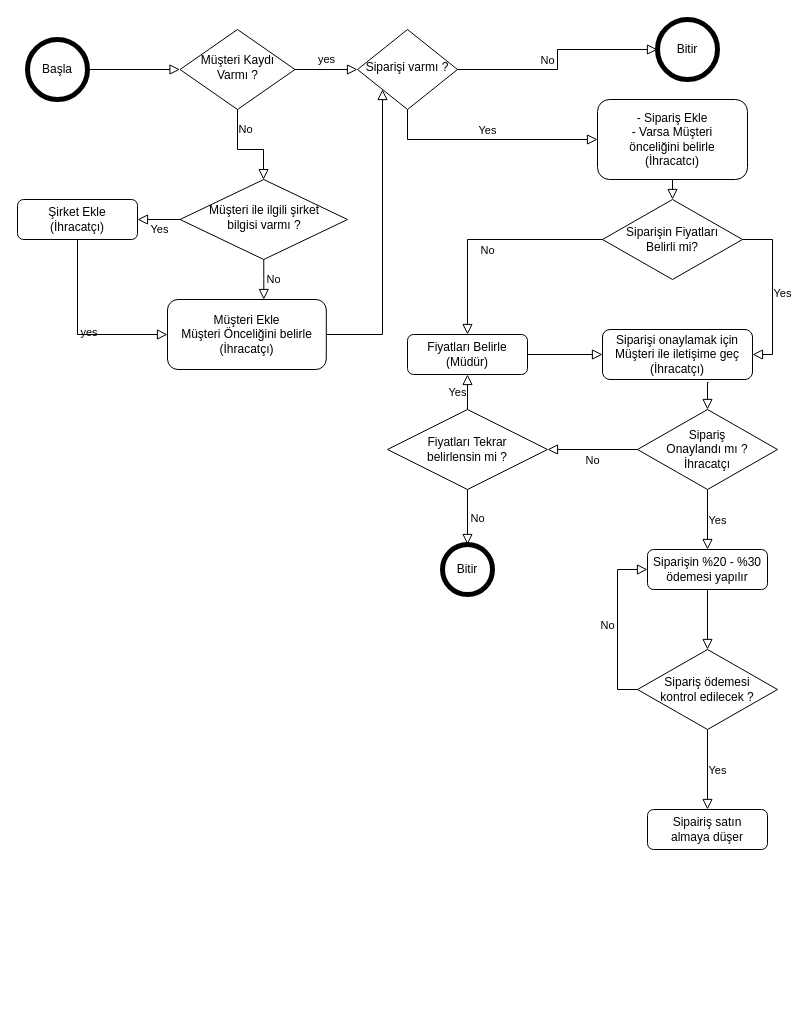
viacelal/akisdiagrami keeps this draw.io diagram as akisdiyagrami.drawio. Above is the earlier version. Source tidied: cells renumbered, new cells numbered last; positions are measured from the earlier drawing's top-left corner, leaving out a move shared by most shapes. Both pictures are drawn from the tidied source at 100%, with x=0, y=0 at pixel (17, 19).
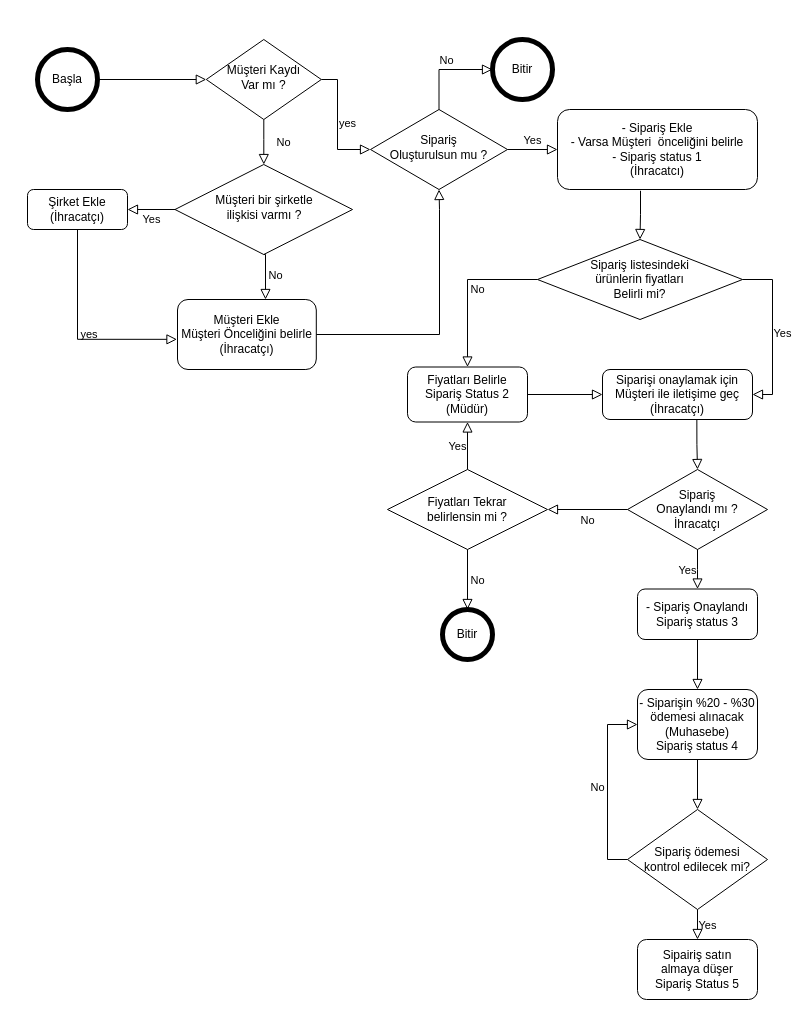
Above is the later version.

Diff of the diagram source:
```diff
@@
-    <mxCell id="3" value="yes" style="edgeStyle=orthogonalEdgeStyle;rounded=0;html=1;jettySize=auto;fontSize=11;endArrow=block;endFill=0;endSize=8;strokeWidth=1;shadow=0;labelBackgroundColor=none;exitX=1;exitY=0.5;exitDx=0;exitDy=0;entryX=0;entryY=0.5;entryDx=0;entryDy=0;" parent="1" edge="1" source="7" target="6">
-      <mxGeometry y="10" relative="1" as="geometry" />
+    <mxCell id="3" value="yes" style="edgeStyle=orthogonalEdgeStyle;rounded=0;html=1;jettySize=auto;fontSize=11;endArrow=block;endFill=0;endSize=8;strokeWidth=1;shadow=0;labelBackgroundColor=none;exitX=1;exitY=0.5;exitDx=0;exitDy=0;entryX=0;entryY=0.5;entryDx=0;entryDy=0;align=center;" parent="1" edge="1" source="7" target="6">
+      <mxGeometry y="10" relative="1" as="geometry">
+        <Array as="points">
+          <mxPoint x="320" y="60" />
+          <mxPoint x="320" y="130" />
+        </Array>
+      </mxGeometry>
     </mxCell>
-    <mxCell id="4" value="Müşteri ile ilgili şirket &lt;br&gt;bilgisi varmı ?" style="rhombus;whiteSpace=wrap;html=1;shadow=0;fontFamily=Helvetica;fontSize=12;align=center;strokeWidth=1;spacing=6;spacingTop=-4;" parent="1" vertex="1">
-      <mxGeometry x="162.5" y="160" width="167.5" height="80" as="geometry" />
+    <mxCell id="4" value="Müşteri bir şirketle &lt;br&gt;ilişkisi varmı ?" style="rhombus;whiteSpace=wrap;html=1;shadow=0;fontFamily=Helvetica;fontSize=12;align=center;strokeWidth=1;spacing=6;spacingTop=-4;" parent="1" vertex="1">
+      <mxGeometry x="157.5" y="145" width="177.5" height="90" as="geometry" />
     </mxCell>
     <mxCell id="5" value="Müşteri Ekle&lt;br&gt;Müşteri Önceliğini belirle&lt;br&gt;(İhracatçı)" style="rounded=1;whiteSpace=wrap;html=1;fontSize=12;glass=0;strokeWidth=1;shadow=0;" parent="1" vertex="1">
-      <mxGeometry x="150" y="280" width="158.8" height="70" as="geometry" />
+      <mxGeometry x="160" y="280" width="138.8" height="70" as="geometry" />
     </mxCell>
-    <mxCell id="6" value="Siparişi varmı ?" style="rhombus;whiteSpace=wrap;html=1;shadow=0;fontFamily=Helvetica;fontSize=12;align=center;strokeWidth=1;spacing=6;spacingTop=-4;" parent="1" vertex="1">
-      <mxGeometry x="340" y="10" width="100" height="80" as="geometry" />
+    <mxCell id="6" value="Sipariş &lt;br&gt;Oluşturulsun mu ?" style="rhombus;whiteSpace=wrap;html=1;shadow=0;fontFamily=Helvetica;fontSize=12;align=center;strokeWidth=1;spacing=6;spacingTop=-4;" parent="1" vertex="1">
+      <mxGeometry x="353" y="90" width="137" height="80" as="geometry" />
     </mxCell>
-    <mxCell id="7" value="Müşteri Kaydı&lt;br&gt; Varmı ?" style="rhombus;whiteSpace=wrap;html=1;shadow=0;fontFamily=Helvetica;fontSize=12;align=center;strokeWidth=1;spacing=6;spacingTop=-4;" parent="1" vertex="1">
-      <mxGeometry x="162.5" y="10" width="115" height="80" as="geometry" />
+    <mxCell id="7" value="Müşteri Kaydı&lt;br&gt; Var mı ?" style="rhombus;whiteSpace=wrap;html=1;shadow=0;fontFamily=Helvetica;fontSize=12;align=center;strokeWidth=1;spacing=6;spacingTop=-4;" parent="1" vertex="1">
+      <mxGeometry x="188.8" y="20" width="115" height="80" as="geometry" />
     </mxCell>
-    <mxCell id="8" value="Yes" style="edgeStyle=orthogonalEdgeStyle;rounded=0;html=1;jettySize=auto;fontSize=11;endArrow=block;endFill=0;endSize=8;strokeWidth=1;shadow=0;labelBackgroundColor=none;exitX=0.5;exitY=1;exitDx=0;exitDy=0;" parent="1" edge="1" source="6" target="9">
+    <mxCell id="8" value="Yes" style="edgeStyle=orthogonalEdgeStyle;rounded=0;html=1;jettySize=auto;fontSize=11;endArrow=block;endFill=0;endSize=8;strokeWidth=1;shadow=0;labelBackgroundColor=none;exitX=1;exitY=0.5;exitDx=0;exitDy=0;entryX=0;entryY=0.5;entryDx=0;entryDy=0;" parent="1" edge="1" source="6" target="9">
       <mxGeometry y="10" relative="1" as="geometry">
         <mxPoint y="1" as="offset" />
       </mxGeometry>
     </mxCell>
-    <mxCell id="9" value="- Sipariş Ekle&lt;br&gt;- Varsa Müşteri &lt;br&gt;önceliğini belirle&lt;br&gt;(İhracatcı)" style="rounded=1;whiteSpace=wrap;html=1;fontSize=12;glass=0;strokeWidth=1;shadow=0;" parent="1" vertex="1">
-      <mxGeometry x="580" y="80" width="150" height="80" as="geometry" />
+    <mxCell id="9" value="- Sipariş Ekle&lt;br&gt;- Varsa Müşteri&amp;nbsp; önceliğini belirle&lt;br&gt;- Sipariş status 1&lt;br&gt;(İhracatcı)" style="rounded=1;whiteSpace=wrap;html=1;fontSize=12;glass=0;strokeWidth=1;shadow=0;" parent="1" vertex="1">
+      <mxGeometry x="540" y="90" width="200" height="80" as="geometry" />
     </mxCell>
     <mxCell id="10" value="No" style="rounded=0;html=1;jettySize=auto;fontSize=11;endArrow=block;endFill=0;endSize=8;strokeWidth=1;shadow=0;labelBackgroundColor=none;edgeStyle=orthogonalEdgeStyle;exitX=0.5;exitY=1;exitDx=0;exitDy=0;" parent="1" edge="1" source="7" target="4">
       <mxGeometry y="20" relative="1" as="geometry">
         <Array as="points">
-          <mxPoint x="220" y="130" />
-          <mxPoint x="246" y="130" />
+          <mxPoint x="246" y="120" />
+          <mxPoint x="246" y="120" />
         </Array>
       </mxGeometry>
     </mxCell>
-    <mxCell id="11" style="edgeStyle=orthogonalEdgeStyle;rounded=0;html=1;jettySize=auto;fontSize=11;endArrow=block;endFill=0;endSize=8;strokeWidth=1;shadow=0;labelBackgroundColor=none;exitX=1;exitY=0.5;exitDx=0;exitDy=0;entryX=0;entryY=1;entryDx=0;entryDy=0;" parent="1" edge="1" source="5" target="6">
-      <mxGeometry y="10" relative="1" as="geometry" />
+    <mxCell id="11" style="edgeStyle=orthogonalEdgeStyle;rounded=0;html=1;jettySize=auto;fontSize=11;endArrow=block;endFill=0;endSize=8;strokeWidth=1;shadow=0;labelBackgroundColor=none;exitX=1;exitY=0.5;exitDx=0;exitDy=0;entryX=0.5;entryY=1;entryDx=0;entryDy=0;" parent="1" edge="1" source="5" target="6">
+      <mxGeometry y="10" relative="1" as="geometry">
+        <Array as="points">
+          <mxPoint x="422" y="315" />
+          <mxPoint x="422" y="190" />
+        </Array>
+      </mxGeometry>
     </mxCell>
@@
     <mxCell id="13" value="Şirket Ekle&lt;br&gt;(İhracatçı)" style="rounded=1;whiteSpace=wrap;html=1;fontSize=12;glass=0;strokeWidth=1;shadow=0;" parent="1" vertex="1">
-      <mxGeometry y="180" width="120" height="40" as="geometry" />
+      <mxGeometry x="10" y="170" width="100" height="40" as="geometry" />
     </mxCell>
-    <mxCell id="14" value="No" style="edgeStyle=orthogonalEdgeStyle;rounded=0;html=1;jettySize=auto;fontSize=11;endArrow=block;endFill=0;endSize=8;strokeWidth=1;shadow=0;labelBackgroundColor=none;exitX=0.5;exitY=1;exitDx=0;exitDy=0;" parent="1" edge="1" source="4" target="5">
+    <mxCell id="14" value="No" style="edgeStyle=orthogonalEdgeStyle;rounded=0;html=1;jettySize=auto;fontSize=11;endArrow=block;endFill=0;endSize=8;strokeWidth=1;shadow=0;labelBackgroundColor=none;entryX=0.634;entryY=0;entryDx=0;entryDy=0;entryPerimeter=0;exitX=0.5;exitY=1;exitDx=0;exitDy=0;" parent="1" edge="1" source="4" target="5">
       <mxGeometry y="10" relative="1" as="geometry">
         <Array as="points">
-          <mxPoint x="246" y="260" />
-          <mxPoint x="246" y="260" />
+          <mxPoint x="248" y="235" />
         </Array>
       </mxGeometry>
     </mxCell>
-    <mxCell id="15" value="&amp;nbsp;yes" style="edgeStyle=orthogonalEdgeStyle;rounded=0;html=1;jettySize=auto;fontSize=11;endArrow=block;endFill=0;endSize=8;strokeWidth=1;shadow=0;labelBackgroundColor=none;exitX=0.5;exitY=1;exitDx=0;exitDy=0;entryX=0;entryY=0.5;entryDx=0;entryDy=0;" parent="1" edge="1" source="13" target="5">
-      <mxGeometry y="10" relative="1" as="geometry" />
+    <mxCell id="15" value="&amp;nbsp;yes" style="edgeStyle=orthogonalEdgeStyle;rounded=0;html=1;jettySize=auto;fontSize=11;endArrow=block;endFill=0;endSize=8;strokeWidth=1;shadow=0;labelBackgroundColor=none;exitX=0.5;exitY=1;exitDx=0;exitDy=0;entryX=-0.004;entryY=0.569;entryDx=0;entryDy=0;entryPerimeter=0;" parent="1" edge="1" source="13" target="5">
+      <mxGeometry y="10" relative="1" as="geometry">
+        <Array as="points">
+          <mxPoint x="60" y="320" />
+        </Array>
+      </mxGeometry>
     </mxCell>
-    <mxCell id="16" style="edgeStyle=orthogonalEdgeStyle;rounded=0;html=1;jettySize=auto;fontSize=11;endArrow=block;endFill=0;endSize=8;strokeWidth=1;shadow=0;labelBackgroundColor=none;exitX=0.5;exitY=1;exitDx=0;exitDy=0;entryX=0.5;entryY=0;entryDx=0;entryDy=0;" parent="1" edge="1" source="9" target="17">
+    <mxCell id="16" style="edgeStyle=orthogonalEdgeStyle;rounded=0;html=1;jettySize=auto;fontSize=11;endArrow=block;endFill=0;endSize=8;strokeWidth=1;shadow=0;labelBackgroundColor=none;entryX=0.5;entryY=0;entryDx=0;entryDy=0;exitX=0.415;exitY=1.016;exitDx=0;exitDy=0;exitPerimeter=0;" parent="1" edge="1" source="9" target="17">
       <mxGeometry y="10" relative="1" as="geometry" />
     </mxCell>
-    <mxCell id="17" value="Siparişin Fiyatları &lt;br&gt;Belirli mi?" style="rhombus;whiteSpace=wrap;html=1;" parent="1" vertex="1">
-      <mxGeometry x="585" y="180" width="140" height="80" as="geometry" />
+    <mxCell id="17" value="Sipariş listesindeki &lt;br&gt;ürünlerin fiyatları &lt;br&gt;Belirli mi?" style="rhombus;whiteSpace=wrap;html=1;" parent="1" vertex="1">
+      <mxGeometry x="520" y="220" width="205" height="80" as="geometry" />
     </mxCell>
@@
-    <mxCell id="19" value="Fiyatları Belirle&lt;br&gt;(Müdür)" style="rounded=1;whiteSpace=wrap;html=1;fontSize=12;glass=0;strokeWidth=1;shadow=0;" parent="1" vertex="1">
-      <mxGeometry x="390" y="315" width="120" height="40" as="geometry" />
+    <mxCell id="19" value="Fiyatları Belirle&lt;br&gt;Sipariş Status 2&lt;br&gt;(Müdür)" style="rounded=1;whiteSpace=wrap;html=1;fontSize=12;glass=0;strokeWidth=1;shadow=0;" parent="1" vertex="1">
+      <mxGeometry x="390" y="347.5" width="120" height="55" as="geometry" />
     </mxCell>
@@
     <mxCell id="21" value="Sipariş &lt;br&gt;Onaylandı mı ?&lt;br&gt;İhracatçı" style="rhombus;whiteSpace=wrap;html=1;" parent="1" vertex="1">
-      <mxGeometry x="620" y="390" width="140" height="80" as="geometry" />
+      <mxGeometry x="610" y="450" width="140" height="80" as="geometry" />
     </mxCell>
-    <mxCell id="22" value="Yes" style="edgeStyle=orthogonalEdgeStyle;rounded=0;html=1;jettySize=auto;fontSize=11;endArrow=block;endFill=0;endSize=8;strokeWidth=1;shadow=0;labelBackgroundColor=none;exitX=1;exitY=0.5;exitDx=0;exitDy=0;entryX=1;entryY=0.5;entryDx=0;entryDy=0;" parent="1" edge="1" source="17" target="32">
+    <mxCell id="22" value="Yes" style="edgeStyle=orthogonalEdgeStyle;rounded=0;html=1;jettySize=auto;fontSize=11;endArrow=block;endFill=0;endSize=8;strokeWidth=1;shadow=0;labelBackgroundColor=none;exitX=1;exitY=0.5;exitDx=0;exitDy=0;entryX=1;entryY=0.5;entryDx=0;entryDy=0;align=center;" parent="1" edge="1" source="17" target="32">
       <mxGeometry y="10" relative="1" as="geometry">
         <mxPoint y="1" as="offset" />
       </mxGeometry>
     </mxCell>
-    <mxCell id="23" value="Yes" style="edgeStyle=orthogonalEdgeStyle;rounded=0;html=1;jettySize=auto;fontSize=11;endArrow=block;endFill=0;endSize=8;strokeWidth=1;shadow=0;labelBackgroundColor=none;exitX=0.5;exitY=1;exitDx=0;exitDy=0;entryX=0.5;entryY=0;entryDx=0;entryDy=0;" parent="1" edge="1" source="21" target="34">
+    <mxCell id="23" value="Yes" style="edgeStyle=orthogonalEdgeStyle;rounded=0;html=1;jettySize=auto;fontSize=11;endArrow=block;endFill=0;endSize=8;strokeWidth=1;shadow=0;labelBackgroundColor=none;exitX=0.5;exitY=1;exitDx=0;exitDy=0;" parent="1" edge="1" source="21" target="40">
       <mxGeometry y="10" relative="1" as="geometry">
         <mxPoint y="1" as="offset" />
       </mxGeometry>
     </mxCell>
@@
     <mxCell id="26" value="Başla" style="ellipse;whiteSpace=wrap;html=1;strokeWidth=5;" parent="1" vertex="1">
-      <mxGeometry x="10" y="20" width="60" height="60" as="geometry" />
+      <mxGeometry x="20" y="30" width="60" height="60" as="geometry" />
     </mxCell>
     <mxCell id="27" value="Bitir" style="ellipse;whiteSpace=wrap;html=1;strokeWidth=5;" parent="1" vertex="1">
-      <mxGeometry x="640" width="60" height="60" as="geometry" />
+      <mxGeometry x="475" y="20" width="60" height="60" as="geometry" />
     </mxCell>
-    <mxCell id="28" value="No" style="edgeStyle=orthogonalEdgeStyle;rounded=0;html=1;jettySize=auto;fontSize=11;endArrow=block;endFill=0;endSize=8;strokeWidth=1;shadow=0;labelBackgroundColor=none;exitX=1;exitY=0.5;exitDx=0;exitDy=0;entryX=0;entryY=0.5;entryDx=0;entryDy=0;" parent="1" edge="1" source="6" target="27">
+    <mxCell id="28" value="No" style="edgeStyle=orthogonalEdgeStyle;rounded=0;html=1;jettySize=auto;fontSize=11;endArrow=block;endFill=0;endSize=8;strokeWidth=1;shadow=0;labelBackgroundColor=none;entryX=0;entryY=0.5;entryDx=0;entryDy=0;exitX=0.5;exitY=0;exitDx=0;exitDy=0;" parent="1" edge="1" source="6" target="27">
       <mxGeometry y="10" relative="1" as="geometry">
         <mxPoint y="1" as="offset" />
       </mxGeometry>
     </mxCell>
     <mxCell id="29" value="Fiyatları Tekrar &lt;br&gt;belirlensin mi ?" style="rhombus;whiteSpace=wrap;html=1;" parent="1" vertex="1">
-      <mxGeometry x="370" y="390" width="160" height="80" as="geometry" />
+      <mxGeometry x="370" y="450" width="160" height="80" as="geometry" />
     </mxCell>
     <mxCell id="30" value="Bitir" style="ellipse;whiteSpace=wrap;html=1;strokeWidth=5;" parent="1" vertex="1">
-      <mxGeometry x="425" y="525" width="50" height="50" as="geometry" />
+      <mxGeometry x="425" y="590" width="50" height="50" as="geometry" />
     </mxCell>
@@
     <mxCell id="32" value="Siparişi onaylamak için Müşteri ile iletişime geç&lt;br&gt;(İhracatçı)" style="rounded=1;whiteSpace=wrap;html=1;fontSize=12;glass=0;strokeWidth=1;shadow=0;" parent="1" vertex="1">
-      <mxGeometry x="585" y="310" width="150" height="50" as="geometry" />
+      <mxGeometry x="585" y="350" width="150" height="50" as="geometry" />
     </mxCell>
-    <mxCell id="33" style="edgeStyle=orthogonalEdgeStyle;rounded=0;html=1;jettySize=auto;fontSize=11;endArrow=block;endFill=0;endSize=8;strokeWidth=1;shadow=0;labelBackgroundColor=none;exitX=0.707;exitY=1.06;exitDx=0;exitDy=0;entryX=0.5;entryY=0;entryDx=0;entryDy=0;exitPerimeter=0;" parent="1" edge="1" source="32" target="21">
+    <mxCell id="33" style="edgeStyle=orthogonalEdgeStyle;rounded=0;html=1;jettySize=auto;fontSize=11;endArrow=block;endFill=0;endSize=8;strokeWidth=1;shadow=0;labelBackgroundColor=none;entryX=0.5;entryY=0;entryDx=0;entryDy=0;exitX=0.629;exitY=1.009;exitDx=0;exitDy=0;exitPerimeter=0;" parent="1" edge="1" source="32" target="21">
       <mxGeometry y="10" relative="1" as="geometry">
         <mxPoint y="1" as="offset" />
       </mxGeometry>
     </mxCell>
-    <mxCell id="34" value="Siparişin %20 - %30 ödemesi yapılır" style="rounded=1;whiteSpace=wrap;html=1;fontSize=12;glass=0;strokeWidth=1;shadow=0;" parent="1" vertex="1">
-      <mxGeometry x="630" y="530" width="120" height="40" as="geometry" />
+    <mxCell id="34" value="- Siparişin %20 - %30 ödemesi alınacak&lt;br&gt;(Muhasebe)&lt;br&gt;Sipariş status 4" style="rounded=1;whiteSpace=wrap;html=1;fontSize=12;glass=0;strokeWidth=1;shadow=0;" parent="1" vertex="1">
+      <mxGeometry x="620" y="670" width="120" height="70" as="geometry" />
     </mxCell>
-    <mxCell id="35" value="Sipariş ödemesi &lt;br&gt;kontrol edilecek ?" style="rhombus;whiteSpace=wrap;html=1;" parent="1" vertex="1">
-      <mxGeometry x="620" y="630" width="140" height="80" as="geometry" />
+    <mxCell id="35" value="Sipariş ödemesi &lt;br&gt;kontrol edilecek mi?" style="rhombus;whiteSpace=wrap;html=1;" parent="1" vertex="1">
+      <mxGeometry x="610" y="790" width="140" height="100" as="geometry" />
     </mxCell>
@@
-    <mxCell id="39" value="Sipairiş satın &lt;br&gt;almaya düşer" style="rounded=1;whiteSpace=wrap;html=1;fontSize=12;glass=0;strokeWidth=1;shadow=0;" parent="1" vertex="1">
-      <mxGeometry x="630" y="790" width="120" height="40" as="geometry" />
+    <mxCell id="39" value="Sipairiş satın &lt;br&gt;almaya düşer&lt;br&gt;Sipariş Status 5" style="rounded=1;whiteSpace=wrap;html=1;fontSize=12;glass=0;strokeWidth=1;shadow=0;" parent="1" vertex="1">
+      <mxGeometry x="620" y="920" width="120" height="60" as="geometry" />
     </mxCell>
+    <mxCell id="40" value="- Sipariş Onaylandı&lt;br&gt;Sipariş status 3" style="rounded=1;whiteSpace=wrap;html=1;fontSize=12;glass=0;strokeWidth=1;shadow=0;" parent="1" vertex="1">
+      <mxGeometry x="620" y="569.5" width="120" height="50.5" as="geometry" />
+    </mxCell>
+    <mxCell id="41" style="edgeStyle=orthogonalEdgeStyle;rounded=0;html=1;jettySize=auto;fontSize=11;endArrow=block;endFill=0;endSize=8;strokeWidth=1;shadow=0;labelBackgroundColor=none;exitX=0.5;exitY=1;exitDx=0;exitDy=0;entryX=0.5;entryY=0;entryDx=0;entryDy=0;" parent="1" edge="1" source="40" target="34">
+      <mxGeometry y="10" relative="1" as="geometry">
+        <mxPoint y="1" as="offset" />
+      </mxGeometry>
+    </mxCell>
```
